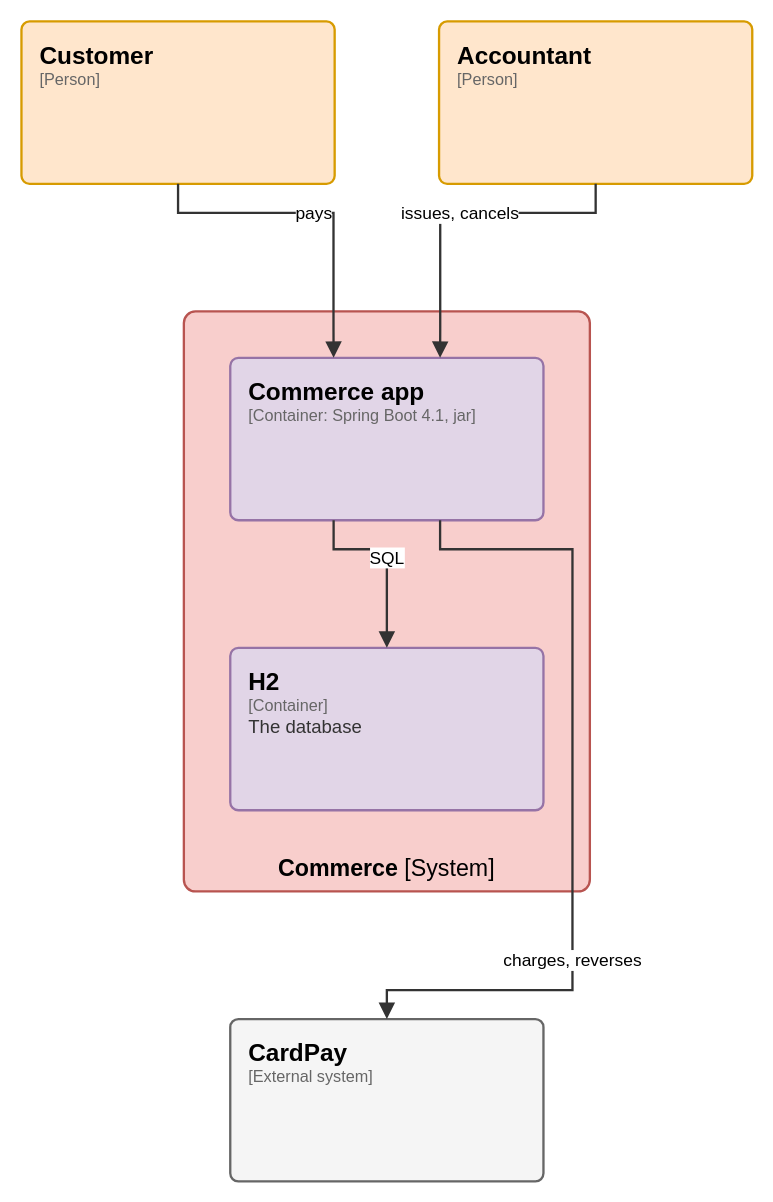
Before: page "C4 2 - Containers" (2 of 7) of docs/architecture/c4.drawio in elie29/partition-commerce, a draw.io diagram. Source tidied: cells renumbered, new cells numbered last; positions are measured from the earlier drawing's top-left corner, leaving out a move shared by most shapes. Both pictures are drawn from the tidied source at 116%, with x=0, y=0 at pixel (21, 21).
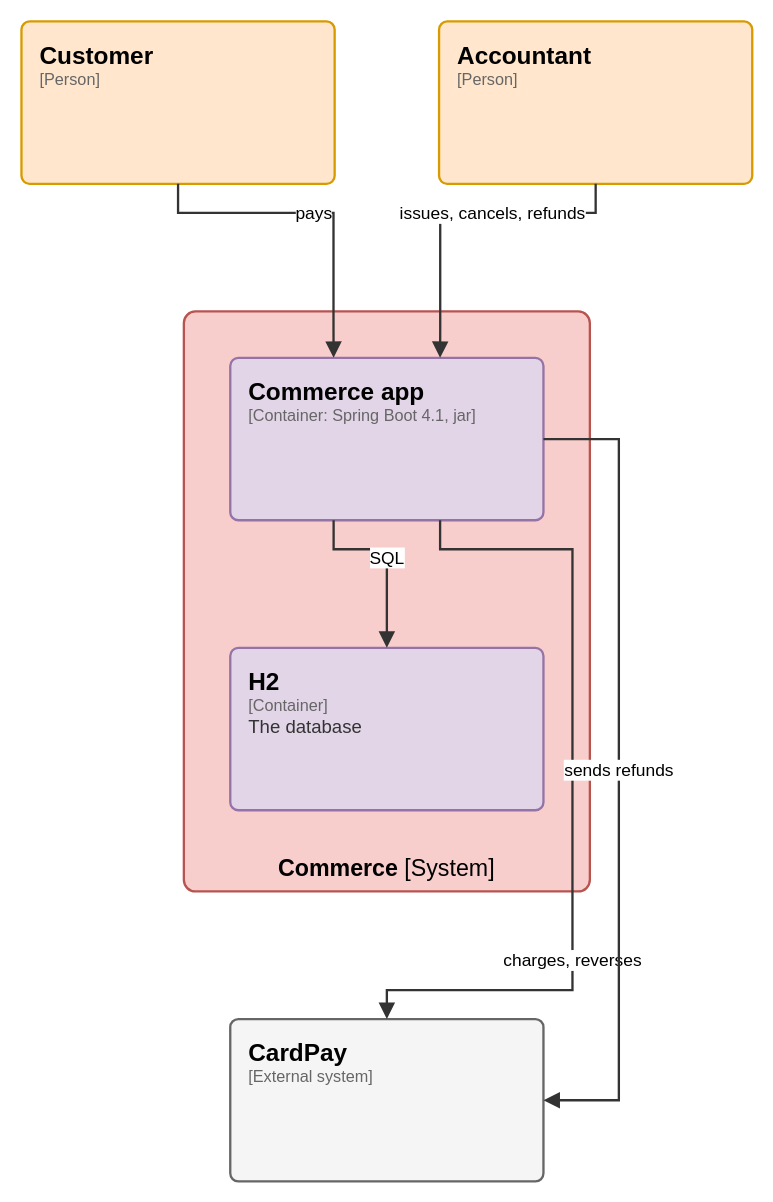
After the change.

Unchanged cells that the change refers to:
```xml
<mxCell id="3" value="&lt;span style=&quot;font-size:21px;font-weight:600;color:#000000&quot;&gt;Commerce app&lt;/span&gt;&lt;br&gt;&lt;span style=&quot;font-family:IBM Plex Mono;font-size:14px;color:#666666&quot;&gt;[Container: Spring Boot 4.1, jar]&lt;/span&gt;" style="rounded=1;absoluteArcSize=1;arcSize=14;html=1;whiteSpace=wrap;fillColor=#e1d5e7;strokeColor=#9673a6;strokeWidth=2;fontFamily=IBM Plex Sans;align=left;verticalAlign=top;spacingLeft=14;spacingRight=10;spacingTop=10;partition=rwtB4VHL-5;" parent="1" vertex="1">
  <mxGeometry x="180" y="290" width="270" height="140" as="geometry" />
</mxCell>
<mxCell id="6" value="&lt;span style=&quot;font-size:21px;font-weight:600;color:#000000&quot;&gt;Accountant&lt;/span&gt;&lt;br&gt;&lt;span style=&quot;font-family:IBM Plex Mono;font-size:14px;color:#666666&quot;&gt;[Person]&lt;/span&gt;" style="rounded=1;absoluteArcSize=1;arcSize=14;html=1;whiteSpace=wrap;fillColor=#ffe6cc;strokeColor=#d79b00;strokeWidth=2;fontFamily=IBM Plex Sans;align=left;verticalAlign=top;spacingLeft=14;spacingRight=10;spacingTop=10;partition=hqKT2AtbgB;" parent="1" vertex="1">
  <mxGeometry x="360" width="270" height="140" as="geometry" />
</mxCell>
<mxCell id="7" value="&lt;span style=&quot;font-size:21px;font-weight:600;color:#000000&quot;&gt;CardPay&lt;/span&gt;&lt;br&gt;&lt;span style=&quot;font-family:IBM Plex Mono;font-size:14px;color:#666666&quot;&gt;[External system]&lt;/span&gt;" style="rounded=1;absoluteArcSize=1;arcSize=14;html=1;whiteSpace=wrap;fillColor=#f5f5f5;strokeColor=#666666;strokeWidth=2;fontFamily=IBM Plex Sans;align=left;verticalAlign=top;spacingLeft=14;spacingRight=10;spacingTop=10;partition=c4JJ-WUTu-;" parent="1" vertex="1">
  <mxGeometry x="180" y="860" width="270" height="140" as="geometry" />
</mxCell>
```

Diff of the diagram source:
```diff
@@
-    <mxCell id="9" value="issues, cancels" style="edgeStyle=orthogonalEdgeStyle;rounded=0;html=1;endArrow=block;endFill=1;endSize=9;strokeColor=#333333;strokeWidth=2;fontFamily=IBM Plex Sans;fontSize=15;fontColor=#000000;labelBackgroundColor=#FFFFFF;spacing=3;exitX=0.5;exitY=1;exitPerimeter=0;entryX=0.67;entryY=0;entryPerimeter=0;partition=k4nemHLJR3;" parent="1" edge="1" source="6" target="3">
-      <mxGeometry relative="1" as="geometry">
+    <mxCell id="9" value="issues, cancels, refunds" style="edgeStyle=orthogonalEdgeStyle;rounded=0;html=1;endArrow=block;endFill=1;endSize=9;strokeColor=#333333;strokeWidth=2;fontFamily=IBM Plex Sans;fontSize=15;fontColor=#000000;labelBackgroundColor=#FFFFFF;spacing=3;exitX=0.5;exitY=1;exitPerimeter=0;entryX=0.67;entryY=0;entryPerimeter=0;partition=OR34rC_E4a;" parent="1" edge="1" source="6" target="3">
+      <mxGeometry x="-0.2" relative="1" as="geometry">
         <Array as="points">
           <mxPoint x="495" y="165" />
           <mxPoint x="361" y="165" />
           <mxPoint x="361" y="265" />
         </Array>
       </mxGeometry>
     </mxCell>
@@
+    <mxCell id="12" value="sends refunds" style="edgeStyle=orthogonalEdgeStyle;rounded=0;html=1;endArrow=block;endFill=1;endSize=9;strokeColor=#333333;strokeWidth=2;fontFamily=IBM Plex Sans;fontSize=15;fontColor=#000000;labelBackgroundColor=#FFFFFF;spacing=3;exitX=1;exitY=0.5;exitPerimeter=0;entryX=1;entryY=0.5;entryPerimeter=0;partition=nwx5Kk69VD;" parent="1" edge="1" source="3" target="7">
+      <mxGeometry relative="1" as="geometry">
+        <Array as="points">
+          <mxPoint x="515" y="360" />
+          <mxPoint x="515" y="930" />
+        </Array>
+      </mxGeometry>
+    </mxCell>
```
